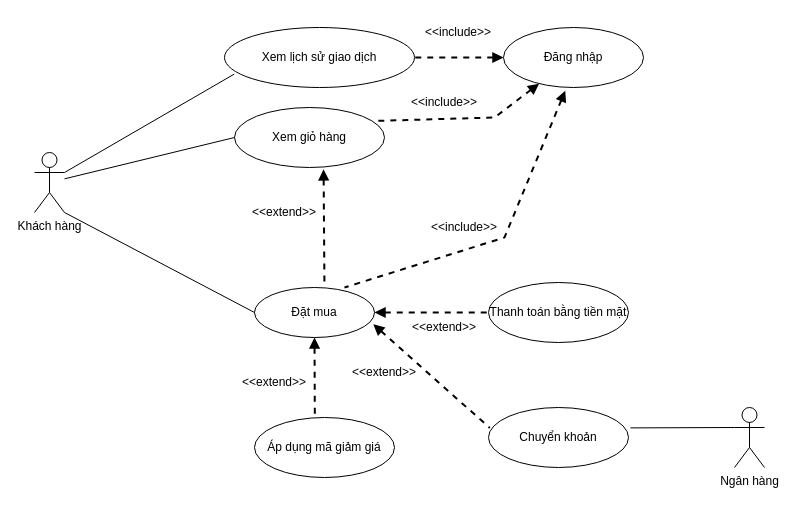
Earlier version of the draw.io diagram Use Case Diagram/Cart_Checkout.drawio (NguyenThaiDung2003/IT3120Nhom11). Source tidied: cells renumbered, new cells numbered last; positions are measured from the earlier drawing's top-left corner, leaving out a move shared by most shapes. Both pictures are drawn from the tidied source at 100%, with x=0, y=0 at pixel (34, 17).
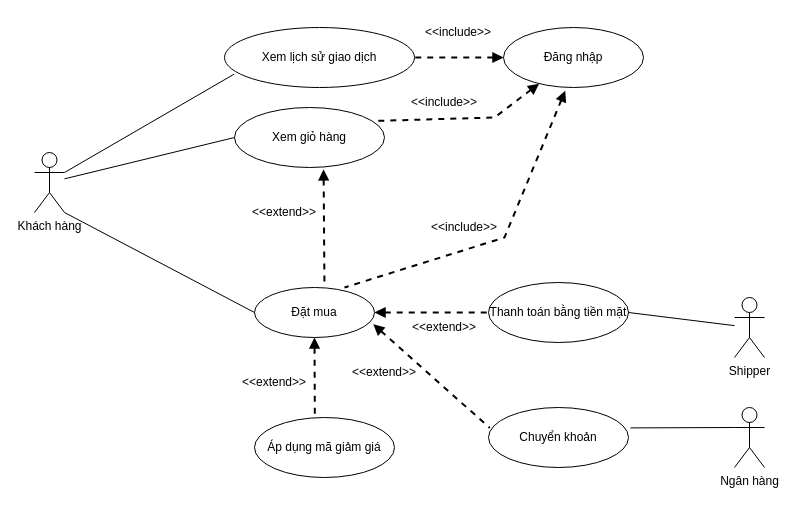
The same diagram, later.

Commit message:
Bổ sung UC thanh toán và chuyển khoản

The change refers to these unchanged cells:
```xml
<mxCell id="7" value="Thanh toán bằng tiền mặt" style="ellipse;whiteSpace=wrap;html=1;" parent="1" vertex="1">
  <mxGeometry x="454" y="265" width="140" height="60" as="geometry" />
</mxCell>
```

The edit, as a diff of the source:
```diff
@@
+    <mxCell id="30" value="Shipper" style="shape=umlActor;verticalLabelPosition=bottom;verticalAlign=top;html=1;outlineConnect=0;" parent="1" vertex="1">
+      <mxGeometry x="700" y="280" width="30" height="60" as="geometry" />
+    </mxCell>
+    <mxCell id="31" style="endArrow=none;html=1;rounded=0;entryX=1;entryY=0.5;entryDx=0;entryDy=0;" parent="1" edge="1" source="30" target="7">
+      <mxGeometry relative="1" as="geometry" />
+    </mxCell>
```
